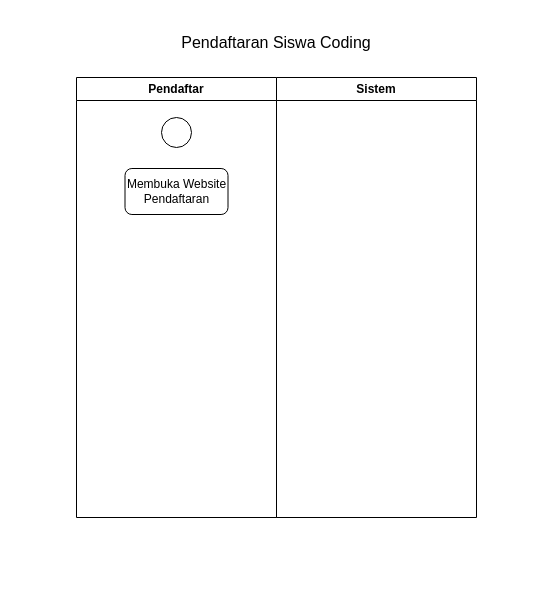
This is page "Halaman-3" (3 of 3) of Diagram Tanpa Judul.drawio from CyberFullStackDeveloperArr/coba, a draw.io file, before an edit. Source tidied: cells renumbered, new cells numbered last; positions are measured from the earlier drawing's top-left corner, leaving out a move shared by most shapes. Both pictures are drawn from the tidied source at 100%, with x=0, y=0 at pixel (76, 27).
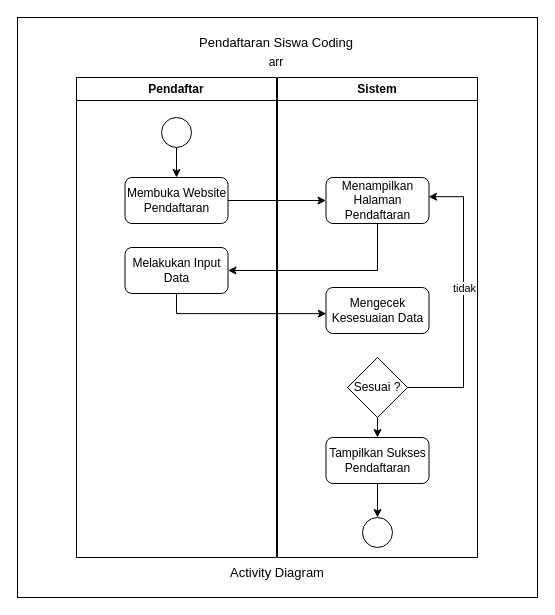
Above is the later version.

The change refers to these unchanged cells:
```xml
<mxCell id="4" style="ellipse;whiteSpace=wrap;html=1;" parent="3" vertex="1">
  <mxGeometry x="85" y="40" width="30" height="30" as="geometry" />
</mxCell>
```

Diff of the diagram source:
```diff
@@
+    <mxCell id="7" style="rounded=0;whiteSpace=wrap;html=1;" parent="1" vertex="1">
+      <mxGeometry x="-59" y="-10" width="520" height="580" as="geometry" />
+    </mxCell>
-    <mxCell id="2" value="&lt;font style=&quot;font-size: 16px;&quot;&gt;Pendaftaran Siswa Coding&lt;/font&gt;" style="text;html=1;align=center;verticalAlign=middle;whiteSpace=wrap;rounded=0;" parent="1" vertex="1">
+    <mxCell id="2" value="&lt;font&gt;Pendaftaran Siswa Coding&lt;/font&gt;" style="text;html=1;align=center;verticalAlign=middle;whiteSpace=wrap;rounded=0;fontSize=13;" parent="1" vertex="1">
       <mxGeometry x="100" width="200" height="30" as="geometry" />
     </mxCell>
     <mxCell id="3" value="Pendaftar" style="swimlane;whiteSpace=wrap;html=1;" parent="1" vertex="1">
-      <mxGeometry y="50" width="200" height="440" as="geometry" />
+      <mxGeometry y="50" width="200" height="480" as="geometry" />
     </mxCell>
+    <mxCell id="8" style="edgeStyle=orthogonalEdgeStyle;rounded=0;jettySize=auto;html=1;exitX=0.5;exitY=1;exitDx=0;exitDy=0;entryX=0.5;entryY=0;entryDx=0;entryDy=0;" parent="3" edge="1" source="4" target="5">
+      <mxGeometry relative="1" as="geometry" />
+    </mxCell>
@@
     <mxCell id="5" value="Membuka Website Pendaftaran" style="rounded=1;whiteSpace=wrap;html=1;" parent="3" vertex="1">
-      <mxGeometry x="48.5" y="91" width="103" height="46" as="geometry" />
+      <mxGeometry x="48.5" y="100" width="103" height="46" as="geometry" />
     </mxCell>
+    <mxCell id="9" value="Melakukan Input Data" style="rounded=1;whiteSpace=wrap;html=1;" parent="3" vertex="1">
+      <mxGeometry x="48.5" y="170" width="103" height="46" as="geometry" />
+    </mxCell>
     <mxCell id="6" value="Sistem" style="swimlane;whiteSpace=wrap;html=1;startSize=23;" parent="1" vertex="1">
-      <mxGeometry x="200" y="50" width="200" height="440" as="geometry" />
+      <mxGeometry x="201" y="50" width="200" height="480" as="geometry" />
     </mxCell>
+    <mxCell id="10" value="Menampilkan Halaman Pendaftaran" style="rounded=1;whiteSpace=wrap;html=1;" parent="6" vertex="1">
+      <mxGeometry x="48.5" y="100" width="103" height="46" as="geometry" />
+    </mxCell>
+    <mxCell id="11" value="Mengecek Kesesuaian Data" style="rounded=1;whiteSpace=wrap;html=1;" parent="6" vertex="1">
+      <mxGeometry x="48.5" y="210" width="103" height="46" as="geometry" />
+    </mxCell>
+    <mxCell id="12" style="edgeStyle=orthogonalEdgeStyle;rounded=0;jettySize=auto;html=1;exitX=1;exitY=0.5;exitDx=0;exitDy=0;entryX=0.996;entryY=0.418;entryDx=0;entryDy=0;entryPerimeter=0;" parent="6" edge="1" source="15" target="10">
+      <mxGeometry relative="1" as="geometry">
+        <Array as="points">
+          <mxPoint x="186" y="310" />
+          <mxPoint x="186" y="119" />
+        </Array>
+      </mxGeometry>
+    </mxCell>
+    <mxCell id="13" value="tidak" style="edgeLabel;html=1;align=center;verticalAlign=middle;" parent="12" vertex="1">
+      <mxGeometry x="0.11" relative="1" as="geometry" />
+    </mxCell>
+    <mxCell id="14" style="edgeStyle=orthogonalEdgeStyle;rounded=0;jettySize=auto;html=1;exitX=0.5;exitY=1;exitDx=0;exitDy=0;entryX=0.5;entryY=0;entryDx=0;entryDy=0;" parent="6" edge="1" source="15" target="17">
+      <mxGeometry relative="1" as="geometry" />
+    </mxCell>
+    <mxCell id="15" value="Sesuai ?" style="rhombus;whiteSpace=wrap;html=1;" parent="6" vertex="1">
+      <mxGeometry x="70" y="280" width="60" height="60" as="geometry" />
+    </mxCell>
+    <mxCell id="16" style="edgeStyle=orthogonalEdgeStyle;rounded=0;jettySize=auto;html=1;exitX=0.5;exitY=1;exitDx=0;exitDy=0;entryX=0.5;entryY=0;entryDx=0;entryDy=0;" parent="6" edge="1" source="17" target="18">
+      <mxGeometry relative="1" as="geometry" />
+    </mxCell>
+    <mxCell id="17" value="Tampilkan Sukses Pendaftaran" style="rounded=1;whiteSpace=wrap;html=1;" parent="6" vertex="1">
+      <mxGeometry x="48.5" y="360" width="103" height="46" as="geometry" />
+    </mxCell>
+    <mxCell id="18" style="ellipse;whiteSpace=wrap;html=1;" parent="6" vertex="1">
+      <mxGeometry x="85" y="440" width="30" height="30" as="geometry" />
+    </mxCell>
+    <mxCell id="19" value="arr" style="text;html=1;align=center;verticalAlign=middle;whiteSpace=wrap;rounded=0;" parent="1" vertex="1">
+      <mxGeometry x="170" y="20" width="60" height="30" as="geometry" />
+    </mxCell>
+    <mxCell id="20" style="edgeStyle=orthogonalEdgeStyle;rounded=0;jettySize=auto;html=1;" parent="1" edge="1" source="5" target="10">
+      <mxGeometry relative="1" as="geometry" />
+    </mxCell>
+    <mxCell id="21" style="edgeStyle=orthogonalEdgeStyle;rounded=0;jettySize=auto;html=1;exitX=0.5;exitY=1;exitDx=0;exitDy=0;entryX=1;entryY=0.5;entryDx=0;entryDy=0;" parent="1" edge="1" source="10" target="9">
+      <mxGeometry relative="1" as="geometry" />
+    </mxCell>
+    <mxCell id="22" style="edgeStyle=orthogonalEdgeStyle;rounded=0;jettySize=auto;html=1;exitX=0.5;exitY=1;exitDx=0;exitDy=0;entryX=0.003;entryY=0.568;entryDx=0;entryDy=0;entryPerimeter=0;" parent="1" edge="1" source="9" target="11">
+      <mxGeometry relative="1" as="geometry" />
+    </mxCell>
+    <mxCell id="23" value="Activity Diagram" style="text;html=1;align=center;verticalAlign=middle;whiteSpace=wrap;rounded=0;fontSize=13;" parent="1" vertex="1">
+      <mxGeometry x="101" y="530" width="200" height="30" as="geometry" />
+    </mxCell>
```
